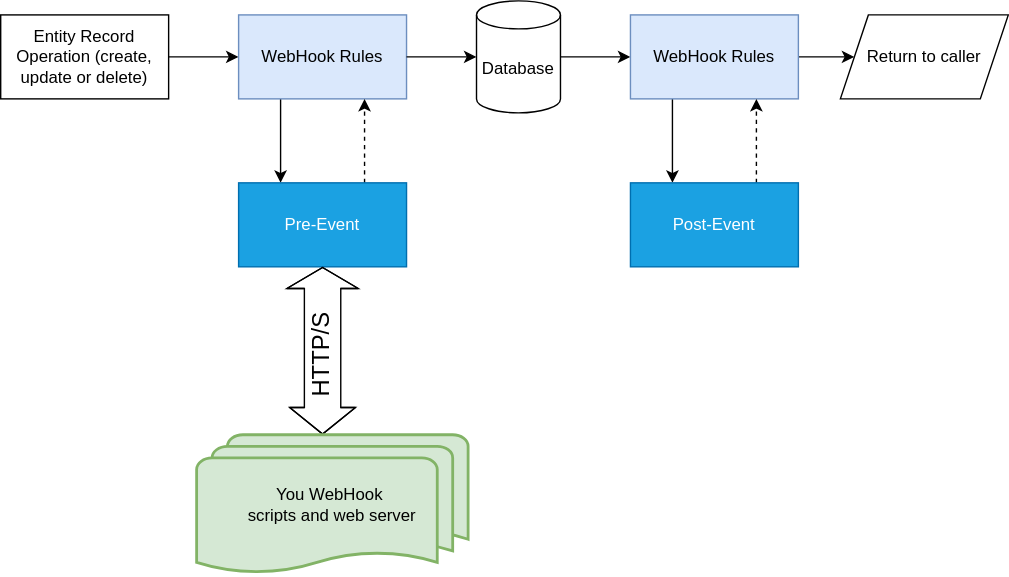
Above: esp-fundamentals/core-capabilities/images/webhook.svg in Hornbill-Docs/esp-fundamentals (draw.io), before the change. Source tidied: cells renumbered, new cells last; positions are measured from the earlier drawing's top-left corner, leaving out a move shared by most shapes. Its diagram source:
```xml
<mxGraphModel>
  <root>
    <mxCell id="0" />
    <mxCell id="1" parent="0" />
    <mxCell id="2" style="edgeStyle=orthogonalEdgeStyle;rounded=0;jettySize=auto;html=1;exitX=1;exitY=0.5;exitDx=0;exitDy=0;entryX=0;entryY=0.5;entryDx=0;entryDy=0;" parent="1" edge="1" source="3" target="7">
      <mxGeometry relative="1" as="geometry" />
    </mxCell>
    <mxCell id="3" value="Entity Record Operation (create, update or delete)" style="rounded=0;whiteSpace=wrap;html=1;" parent="1" vertex="1">
      <mxGeometry y="10" width="120" height="60" as="geometry" />
    </mxCell>
    <mxCell id="4" style="edgeStyle=orthogonalEdgeStyle;rounded=0;jettySize=auto;html=1;exitX=1;exitY=0.5;exitDx=0;exitDy=0;exitPerimeter=0;entryX=0;entryY=0.5;entryDx=0;entryDy=0;" parent="1" edge="1" source="5" target="12">
      <mxGeometry relative="1" as="geometry" />
    </mxCell>
    <mxCell id="5" value="Database" style="shape=cylinder3;whiteSpace=wrap;html=1;boundedLbl=1;backgroundOutline=1;size=10;" parent="1" vertex="1">
      <mxGeometry x="340" width="60" height="80" as="geometry" />
    </mxCell>
    <mxCell id="6" style="edgeStyle=orthogonalEdgeStyle;rounded=0;jettySize=auto;html=1;exitX=0.25;exitY=1;exitDx=0;exitDy=0;entryX=0.25;entryY=0;entryDx=0;entryDy=0;" parent="1" edge="1" source="7" target="9">
      <mxGeometry relative="1" as="geometry" />
    </mxCell>
    <mxCell id="7" value="WebHook Rules" style="rounded=0;whiteSpace=wrap;html=1;fillColor=#dae8fc;strokeColor=#6c8ebf;" parent="1" vertex="1">
      <mxGeometry x="170" y="10" width="120" height="60" as="geometry" />
    </mxCell>
    <mxCell id="8" style="edgeStyle=orthogonalEdgeStyle;rounded=0;jettySize=auto;html=1;exitX=0.75;exitY=0;exitDx=0;exitDy=0;entryX=0.75;entryY=1;entryDx=0;entryDy=0;dashed=1;" parent="1" edge="1" source="9" target="7">
      <mxGeometry relative="1" as="geometry" />
    </mxCell>
    <mxCell id="9" value="Pre-Event" style="rounded=0;whiteSpace=wrap;html=1;fillColor=#1ba1e2;fontColor=#ffffff;strokeColor=#006EAF;" parent="1" vertex="1">
      <mxGeometry x="170" y="130" width="120" height="60" as="geometry" />
    </mxCell>
    <mxCell id="10" style="edgeStyle=orthogonalEdgeStyle;rounded=0;jettySize=auto;html=1;exitX=0.25;exitY=1;exitDx=0;exitDy=0;entryX=0.25;entryY=0;entryDx=0;entryDy=0;" parent="1" edge="1" source="12" target="14">
      <mxGeometry relative="1" as="geometry" />
    </mxCell>
    <mxCell id="11" style="edgeStyle=orthogonalEdgeStyle;rounded=0;jettySize=auto;html=1;exitX=1;exitY=0.5;exitDx=0;exitDy=0;" parent="1" edge="1" source="12" target="16">
      <mxGeometry relative="1" as="geometry" />
    </mxCell>
    <mxCell id="12" value="WebHook Rules" style="rounded=0;whiteSpace=wrap;html=1;fillColor=#dae8fc;strokeColor=#6c8ebf;" parent="1" vertex="1">
      <mxGeometry x="450" y="10" width="120" height="60" as="geometry" />
    </mxCell>
    <mxCell id="13" style="edgeStyle=orthogonalEdgeStyle;rounded=0;jettySize=auto;html=1;exitX=0.75;exitY=0;exitDx=0;exitDy=0;entryX=0.75;entryY=1;entryDx=0;entryDy=0;dashed=1;" parent="1" edge="1" source="14" target="12">
      <mxGeometry relative="1" as="geometry" />
    </mxCell>
    <mxCell id="14" value="Post-Event" style="rounded=0;whiteSpace=wrap;html=1;fillColor=#1ba1e2;fontColor=#ffffff;strokeColor=#006EAF;" parent="1" vertex="1">
      <mxGeometry x="450" y="130" width="120" height="60" as="geometry" />
    </mxCell>
    <mxCell id="15" style="edgeStyle=orthogonalEdgeStyle;rounded=0;jettySize=auto;html=1;exitX=1;exitY=0.5;exitDx=0;exitDy=0;entryX=0;entryY=0.5;entryDx=0;entryDy=0;entryPerimeter=0;" parent="1" edge="1" source="7" target="5">
      <mxGeometry relative="1" as="geometry" />
    </mxCell>
    <mxCell id="16" value="Return to caller" style="shape=parallelogram;perimeter=parallelogramPerimeter;whiteSpace=wrap;html=1;fixedSize=1;" parent="1" vertex="1">
      <mxGeometry x="600" y="10" width="120" height="60" as="geometry" />
    </mxCell>
    <mxCell id="17" style="shape=flexArrow;endArrow=classic;startArrow=classic;html=1;rounded=0;entryX=0.5;entryY=1;entryDx=0;entryDy=0;endWidth=24;endSize=4.67;width=26;" parent="1" edge="1" target="9">
      <mxGeometry relative="1" as="geometry">
        <mxPoint x="230" y="310" as="sourcePoint" />
        <Array as="points">
          <mxPoint x="230" y="250" />
        </Array>
      </mxGeometry>
    </mxCell>
    <mxCell id="18" value="&lt;div&gt;You WebHook&amp;nbsp;&lt;/div&gt;&lt;div&gt;scripts and web server&lt;/div&gt;" style="strokeWidth=2;html=1;shape=mxgraph.flowchart.multi-document;whiteSpace=wrap;fillColor=#d5e8d4;strokeColor=#82b366;" parent="1" vertex="1">
      <mxGeometry x="140" y="310" width="194" height="100" as="geometry" />
    </mxCell>
    <mxCell id="19" value="HTTP/S" style="text;strokeColor=none;align=center;fillColor=none;html=1;verticalAlign=middle;whiteSpace=wrap;rounded=0;rotation=-90;fontSize=17;" parent="1" vertex="1">
      <mxGeometry x="200" y="238" width="60" height="30" as="geometry" />
    </mxCell>
  </root>
</mxGraphModel>
```
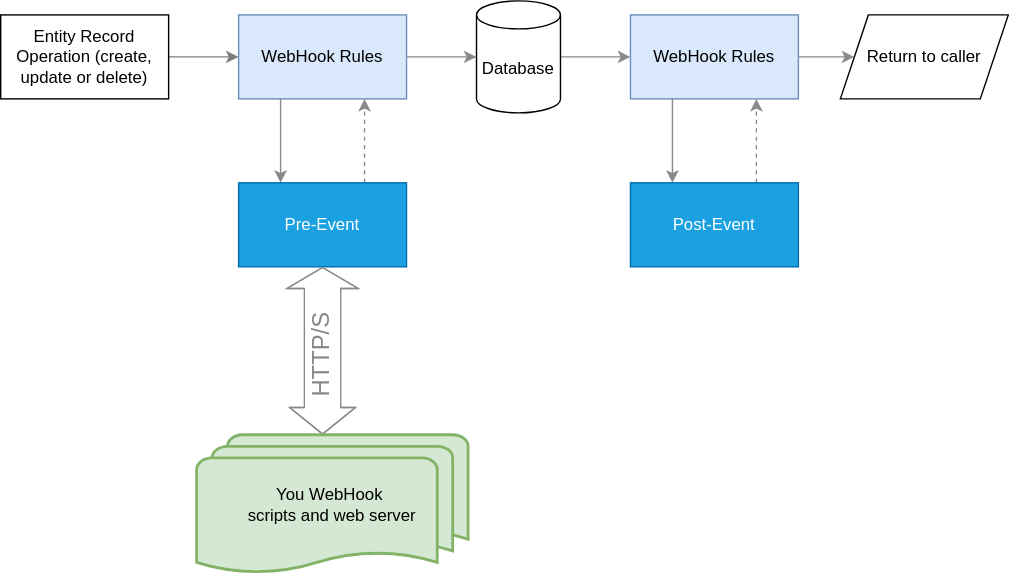
After the commit.

Change to the diagram source:
```diff
@@ -2,52 +2,52 @@
   <root>
     <mxCell id="0" />
     <mxCell id="1" parent="0" />
-    <mxCell id="2" style="edgeStyle=orthogonalEdgeStyle;rounded=0;jettySize=auto;html=1;exitX=1;exitY=0.5;exitDx=0;exitDy=0;entryX=0;entryY=0.5;entryDx=0;entryDy=0;" parent="1" edge="1" source="3" target="7">
+    <mxCell id="2" style="edgeStyle=orthogonalEdgeStyle;rounded=0;jettySize=auto;html=1;exitX=1;exitY=0.5;exitDx=0;exitDy=0;entryX=0;entryY=0.5;entryDx=0;entryDy=0;strokeColor=#7d7d7d;" parent="1" edge="1" source="3" target="7">
       <mxGeometry relative="1" as="geometry" />
     </mxCell>
     <mxCell id="3" value="Entity Record Operation (create, update or delete)" style="rounded=0;whiteSpace=wrap;html=1;" parent="1" vertex="1">
       <mxGeometry y="10" width="120" height="60" as="geometry" />
     </mxCell>
-    <mxCell id="4" style="edgeStyle=orthogonalEdgeStyle;rounded=0;jettySize=auto;html=1;exitX=1;exitY=0.5;exitDx=0;exitDy=0;exitPerimeter=0;entryX=0;entryY=0.5;entryDx=0;entryDy=0;" parent="1" edge="1" source="5" target="12">
+    <mxCell id="4" style="edgeStyle=orthogonalEdgeStyle;rounded=0;jettySize=auto;html=1;exitX=1;exitY=0.5;exitDx=0;exitDy=0;exitPerimeter=0;entryX=0;entryY=0.5;entryDx=0;entryDy=0;strokeColor=#8A8A8A;" parent="1" edge="1" source="5" target="12">
       <mxGeometry relative="1" as="geometry" />
     </mxCell>
     <mxCell id="5" value="Database" style="shape=cylinder3;whiteSpace=wrap;html=1;boundedLbl=1;backgroundOutline=1;size=10;" parent="1" vertex="1">
       <mxGeometry x="340" width="60" height="80" as="geometry" />
     </mxCell>
-    <mxCell id="6" style="edgeStyle=orthogonalEdgeStyle;rounded=0;jettySize=auto;html=1;exitX=0.25;exitY=1;exitDx=0;exitDy=0;entryX=0.25;entryY=0;entryDx=0;entryDy=0;" parent="1" edge="1" source="7" target="9">
+    <mxCell id="6" style="edgeStyle=orthogonalEdgeStyle;rounded=0;jettySize=auto;html=1;exitX=0.25;exitY=1;exitDx=0;exitDy=0;entryX=0.25;entryY=0;entryDx=0;entryDy=0;strokeColor=#8A8A8A;" parent="1" edge="1" source="7" target="9">
       <mxGeometry relative="1" as="geometry" />
     </mxCell>
     <mxCell id="7" value="WebHook Rules" style="rounded=0;whiteSpace=wrap;html=1;fillColor=#dae8fc;strokeColor=#6c8ebf;" parent="1" vertex="1">
       <mxGeometry x="170" y="10" width="120" height="60" as="geometry" />
     </mxCell>
-    <mxCell id="8" style="edgeStyle=orthogonalEdgeStyle;rounded=0;jettySize=auto;html=1;exitX=0.75;exitY=0;exitDx=0;exitDy=0;entryX=0.75;entryY=1;entryDx=0;entryDy=0;dashed=1;" parent="1" edge="1" source="9" target="7">
+    <mxCell id="8" style="edgeStyle=orthogonalEdgeStyle;rounded=0;jettySize=auto;html=1;exitX=0.75;exitY=0;exitDx=0;exitDy=0;entryX=0.75;entryY=1;entryDx=0;entryDy=0;dashed=1;strokeColor=#8A8A8A;" parent="1" edge="1" source="9" target="7">
       <mxGeometry relative="1" as="geometry" />
     </mxCell>
     <mxCell id="9" value="Pre-Event" style="rounded=0;whiteSpace=wrap;html=1;fillColor=#1ba1e2;fontColor=#ffffff;strokeColor=#006EAF;" parent="1" vertex="1">
       <mxGeometry x="170" y="130" width="120" height="60" as="geometry" />
     </mxCell>
-    <mxCell id="10" style="edgeStyle=orthogonalEdgeStyle;rounded=0;jettySize=auto;html=1;exitX=0.25;exitY=1;exitDx=0;exitDy=0;entryX=0.25;entryY=0;entryDx=0;entryDy=0;" parent="1" edge="1" source="12" target="14">
+    <mxCell id="10" style="edgeStyle=orthogonalEdgeStyle;rounded=0;jettySize=auto;html=1;exitX=0.25;exitY=1;exitDx=0;exitDy=0;entryX=0.25;entryY=0;entryDx=0;entryDy=0;strokeColor=#8A8A8A;" parent="1" edge="1" source="12" target="14">
       <mxGeometry relative="1" as="geometry" />
     </mxCell>
-    <mxCell id="11" style="edgeStyle=orthogonalEdgeStyle;rounded=0;jettySize=auto;html=1;exitX=1;exitY=0.5;exitDx=0;exitDy=0;" parent="1" edge="1" source="12" target="16">
+    <mxCell id="11" style="edgeStyle=orthogonalEdgeStyle;rounded=0;jettySize=auto;html=1;exitX=1;exitY=0.5;exitDx=0;exitDy=0;strokeColor=#8A8A8A;" parent="1" edge="1" source="12" target="16">
       <mxGeometry relative="1" as="geometry" />
     </mxCell>
     <mxCell id="12" value="WebHook Rules" style="rounded=0;whiteSpace=wrap;html=1;fillColor=#dae8fc;strokeColor=#6c8ebf;" parent="1" vertex="1">
       <mxGeometry x="450" y="10" width="120" height="60" as="geometry" />
     </mxCell>
-    <mxCell id="13" style="edgeStyle=orthogonalEdgeStyle;rounded=0;jettySize=auto;html=1;exitX=0.75;exitY=0;exitDx=0;exitDy=0;entryX=0.75;entryY=1;entryDx=0;entryDy=0;dashed=1;" parent="1" edge="1" source="14" target="12">
+    <mxCell id="13" style="edgeStyle=orthogonalEdgeStyle;rounded=0;jettySize=auto;html=1;exitX=0.75;exitY=0;exitDx=0;exitDy=0;entryX=0.75;entryY=1;entryDx=0;entryDy=0;dashed=1;strokeColor=#8A8A8A;" parent="1" edge="1" source="14" target="12">
       <mxGeometry relative="1" as="geometry" />
     </mxCell>
     <mxCell id="14" value="Post-Event" style="rounded=0;whiteSpace=wrap;html=1;fillColor=#1ba1e2;fontColor=#ffffff;strokeColor=#006EAF;" parent="1" vertex="1">
       <mxGeometry x="450" y="130" width="120" height="60" as="geometry" />
     </mxCell>
-    <mxCell id="15" style="edgeStyle=orthogonalEdgeStyle;rounded=0;jettySize=auto;html=1;exitX=1;exitY=0.5;exitDx=0;exitDy=0;entryX=0;entryY=0.5;entryDx=0;entryDy=0;entryPerimeter=0;" parent="1" edge="1" source="7" target="5">
+    <mxCell id="15" style="edgeStyle=orthogonalEdgeStyle;rounded=0;jettySize=auto;html=1;exitX=1;exitY=0.5;exitDx=0;exitDy=0;entryX=0;entryY=0.5;entryDx=0;entryDy=0;entryPerimeter=0;strokeColor=#8A8A8A;" parent="1" edge="1" source="7" target="5">
       <mxGeometry relative="1" as="geometry" />
     </mxCell>
     <mxCell id="16" value="Return to caller" style="shape=parallelogram;perimeter=parallelogramPerimeter;whiteSpace=wrap;html=1;fixedSize=1;" parent="1" vertex="1">
       <mxGeometry x="600" y="10" width="120" height="60" as="geometry" />
     </mxCell>
-    <mxCell id="17" style="shape=flexArrow;endArrow=classic;startArrow=classic;html=1;rounded=0;entryX=0.5;entryY=1;entryDx=0;entryDy=0;endWidth=24;endSize=4.67;width=26;" parent="1" edge="1" target="9">
+    <mxCell id="17" style="shape=flexArrow;endArrow=classic;startArrow=classic;html=1;rounded=0;entryX=0.5;entryY=1;entryDx=0;entryDy=0;endWidth=24;endSize=4.67;width=26;strokeColor=#8A8A8A;" parent="1" edge="1" target="9">
       <mxGeometry relative="1" as="geometry">
         <mxPoint x="230" y="310" as="sourcePoint" />
         <Array as="points">
@@ -58,7 +58,7 @@
     <mxCell id="18" value="&lt;div&gt;You WebHook&amp;nbsp;&lt;/div&gt;&lt;div&gt;scripts and web server&lt;/div&gt;" style="strokeWidth=2;html=1;shape=mxgraph.flowchart.multi-document;whiteSpace=wrap;fillColor=#d5e8d4;strokeColor=#82b366;" parent="1" vertex="1">
       <mxGeometry x="140" y="310" width="194" height="100" as="geometry" />
     </mxCell>
-    <mxCell id="19" value="HTTP/S" style="text;strokeColor=none;align=center;fillColor=none;html=1;verticalAlign=middle;whiteSpace=wrap;rounded=0;rotation=-90;fontSize=17;" parent="1" vertex="1">
+    <mxCell id="19" value="HTTP/S" style="text;strokeColor=none;align=center;fillColor=none;html=1;verticalAlign=middle;whiteSpace=wrap;rounded=0;rotation=-90;fontSize=17;fontColor=#878787;" parent="1" vertex="1">
       <mxGeometry x="200" y="238" width="60" height="30" as="geometry" />
     </mxCell>
   </root>
```
